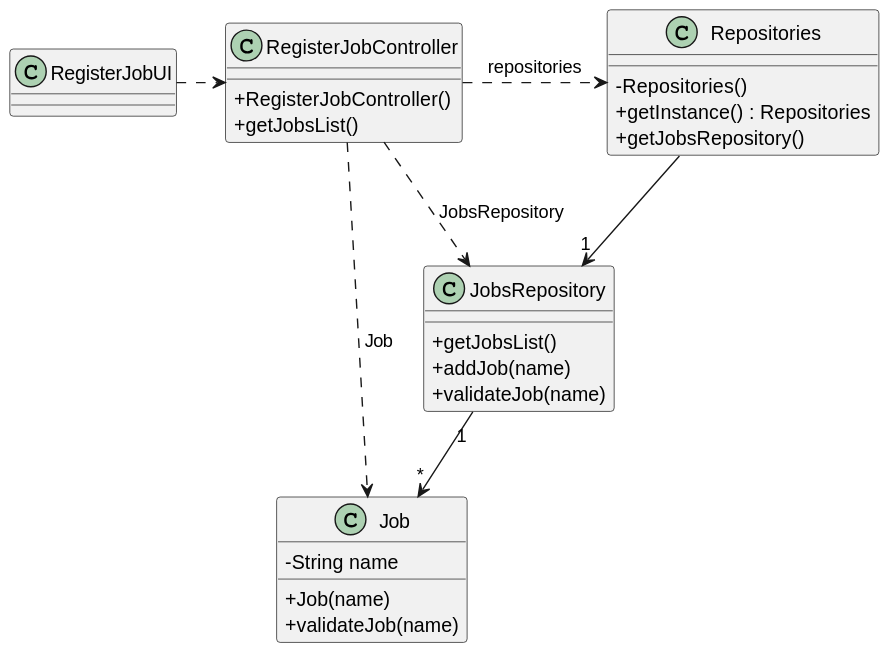
Before: docs/sprint2/us002/03.design/svg/us002-class-diagram.svg, a diagram exported from PlantUML (1231360-ISEP/lei-24-s2-1db-g021).
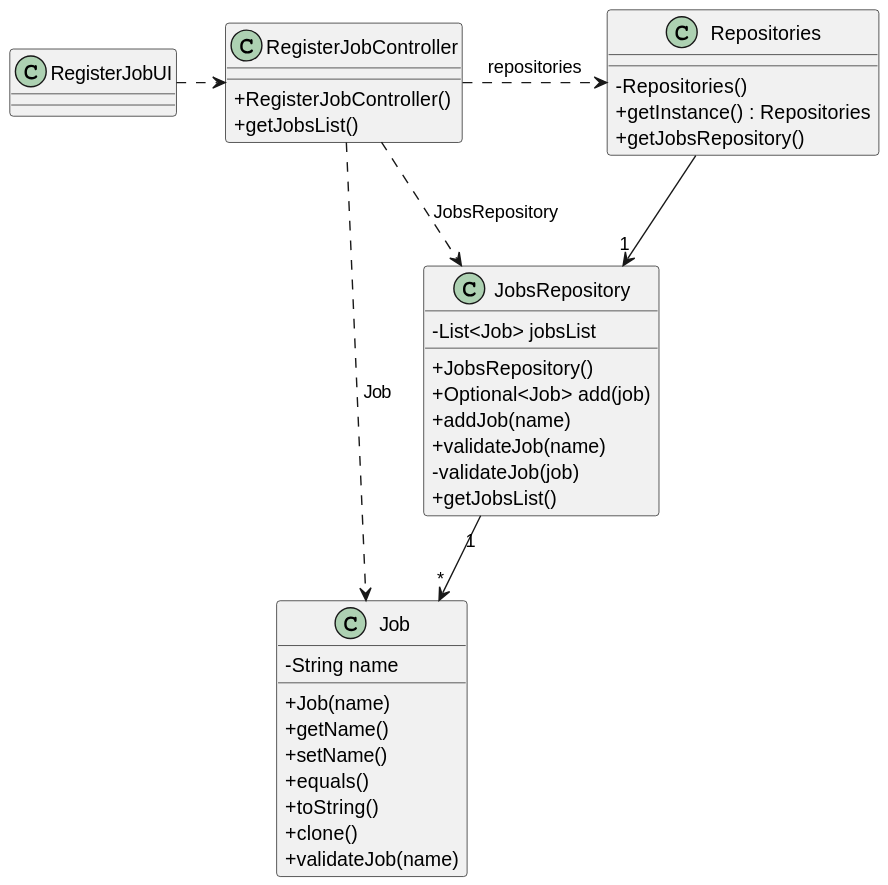
Later version of the same file.

Commit message:
modify us2 class diagram and SVG

Diff of the diagram source:
```diff
@@ -16,13 +16,22 @@
 class Job {
     - String name
     + Job(name)
+    + getName()
+    + setName()
+    + equals()
+    + toString()
+    + clone()
     + validateJob(name)
 }
 
 class JobsRepository {
-    + getJobsList()
+    - List<Job> jobsList
+    + JobsRepository()
+    + Optional<Job> add(job)
     + addJob(name)
     + validateJob(name)
+    - validateJob(job)
+    + getJobsList()
 }
 
 class Repositories {
```
